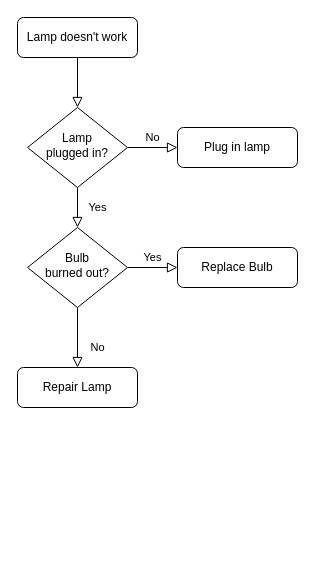
Before: middleware/Untitled Diagram.drawio in donchenz/stock_simulator, a draw.io diagram. Source tidied: cells renumbered, new cells numbered last; positions are measured from the earlier drawing's top-left corner, leaving out a move shared by most shapes. Both pictures are drawn from the tidied source at 100%, with x=0, y=0 at pixel (17, 17).
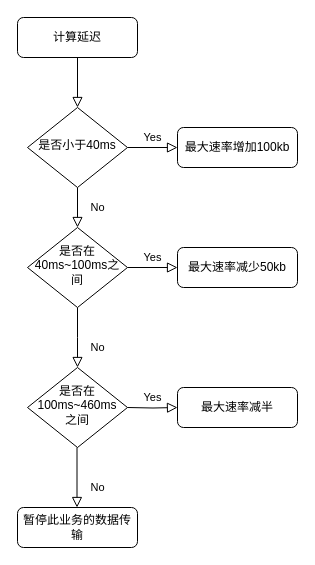
The same page after the edit.

The edit, as a diff of the source:
```diff
@@
 <mxGraphModel>
   <root>
     <mxCell id="0" />
     <mxCell id="1" parent="0" />
     <mxCell id="2" style="rounded=0;html=1;jettySize=auto;fontSize=11;endArrow=block;endFill=0;endSize=8;strokeWidth=1;shadow=0;labelBackgroundColor=none;edgeStyle=orthogonalEdgeStyle;" parent="1" edge="1" source="3" target="6">
       <mxGeometry relative="1" as="geometry" />
     </mxCell>
-    <mxCell id="3" value="Lamp doesn't work" style="rounded=1;whiteSpace=wrap;html=1;fontSize=12;glass=0;strokeWidth=1;shadow=0;" parent="1" vertex="1">
+    <mxCell id="3" value="计算延迟" style="rounded=1;whiteSpace=wrap;html=1;fontSize=12;glass=0;strokeWidth=1;shadow=0;" parent="1" vertex="1">
       <mxGeometry width="120" height="40" as="geometry" />
     </mxCell>
-    <mxCell id="4" value="Yes" style="rounded=0;html=1;jettySize=auto;fontSize=11;endArrow=block;endFill=0;endSize=8;strokeWidth=1;shadow=0;labelBackgroundColor=none;edgeStyle=orthogonalEdgeStyle;" parent="1" edge="1" source="6" target="10">
+    <mxCell id="4" value="No" style="rounded=0;html=1;jettySize=auto;fontSize=11;endArrow=block;endFill=0;endSize=8;strokeWidth=1;shadow=0;labelBackgroundColor=none;edgeStyle=orthogonalEdgeStyle;" parent="1" edge="1" source="6" target="10">
       <mxGeometry y="20" relative="1" as="geometry" />
     </mxCell>
-    <mxCell id="5" value="No" style="edgeStyle=orthogonalEdgeStyle;rounded=0;html=1;jettySize=auto;fontSize=11;endArrow=block;endFill=0;endSize=8;strokeWidth=1;shadow=0;labelBackgroundColor=none;" parent="1" edge="1" source="6" target="7">
+    <mxCell id="5" value="Yes" style="edgeStyle=orthogonalEdgeStyle;rounded=0;html=1;jettySize=auto;fontSize=11;endArrow=block;endFill=0;endSize=8;strokeWidth=1;shadow=0;labelBackgroundColor=none;" parent="1" edge="1" source="6" target="7">
       <mxGeometry y="10" relative="1" as="geometry" />
     </mxCell>
-    <mxCell id="6" value="Lamp&lt;br&gt;plugged in?" style="rhombus;whiteSpace=wrap;html=1;shadow=0;fontFamily=Helvetica;fontSize=12;align=center;strokeWidth=1;spacing=6;spacingTop=-4;" parent="1" vertex="1">
+    <mxCell id="6" value="是否小于40ms" style="rhombus;whiteSpace=wrap;html=1;shadow=0;fontFamily=Helvetica;fontSize=12;align=center;strokeWidth=1;spacing=6;spacingTop=-4;" parent="1" vertex="1">
       <mxGeometry x="10" y="90" width="100" height="80" as="geometry" />
     </mxCell>
-    <mxCell id="7" value="Plug in lamp" style="rounded=1;whiteSpace=wrap;html=1;fontSize=12;glass=0;strokeWidth=1;shadow=0;" parent="1" vertex="1">
+    <mxCell id="7" value="最大速率增加100kb" style="rounded=1;whiteSpace=wrap;html=1;fontSize=12;glass=0;strokeWidth=1;shadow=0;" parent="1" vertex="1">
       <mxGeometry x="160" y="110" width="120" height="40" as="geometry" />
     </mxCell>
-    <mxCell id="8" value="No" style="rounded=0;html=1;jettySize=auto;fontSize=11;endArrow=block;endFill=0;endSize=8;strokeWidth=1;shadow=0;labelBackgroundColor=none;edgeStyle=orthogonalEdgeStyle;" parent="1" edge="1" source="10" target="11">
-      <mxGeometry x="0.33" y="20" relative="1" as="geometry" />
+    <mxCell id="8" value="No" style="rounded=0;html=1;jettySize=auto;fontSize=11;endArrow=block;endFill=0;endSize=8;strokeWidth=1;shadow=0;labelBackgroundColor=none;edgeStyle=orthogonalEdgeStyle;" parent="1" edge="1" source="10">
+      <mxGeometry x="0.33" y="20" relative="1" as="geometry">
+        <mxPoint x="60" y="350" as="targetPoint" />
+      </mxGeometry>
     </mxCell>
     <mxCell id="9" value="Yes" style="edgeStyle=orthogonalEdgeStyle;rounded=0;html=1;jettySize=auto;fontSize=11;endArrow=block;endFill=0;endSize=8;strokeWidth=1;shadow=0;labelBackgroundColor=none;" parent="1" edge="1" source="10" target="12">
       <mxGeometry y="10" relative="1" as="geometry" />
     </mxCell>
-    <mxCell id="10" value="Bulb&lt;br&gt;burned out?" style="rhombus;whiteSpace=wrap;html=1;shadow=0;fontFamily=Helvetica;fontSize=12;align=center;strokeWidth=1;spacing=6;spacingTop=-4;" parent="1" vertex="1">
+    <mxCell id="10" value="是否在40ms~100ms之间" style="rhombus;whiteSpace=wrap;html=1;shadow=0;fontFamily=Helvetica;fontSize=12;align=center;strokeWidth=1;spacing=6;spacingTop=-4;" parent="1" vertex="1">
       <mxGeometry x="10" y="210" width="100" height="80" as="geometry" />
     </mxCell>
-    <mxCell id="11" value="Repair Lamp" style="rounded=1;whiteSpace=wrap;html=1;fontSize=12;glass=0;strokeWidth=1;shadow=0;" parent="1" vertex="1">
-      <mxGeometry y="350" width="120" height="40" as="geometry" />
-    </mxCell>
-    <mxCell id="12" value="Replace Bulb" style="rounded=1;whiteSpace=wrap;html=1;fontSize=12;glass=0;strokeWidth=1;shadow=0;" parent="1" vertex="1">
+    <mxCell id="12" value="最大速率减少50kb" style="rounded=1;whiteSpace=wrap;html=1;fontSize=12;glass=0;strokeWidth=1;shadow=0;" parent="1" vertex="1">
       <mxGeometry x="160" y="230" width="120" height="40" as="geometry" />
     </mxCell>
+    <mxCell id="13" value="是否在100ms~460ms之间" style="rhombus;whiteSpace=wrap;html=1;shadow=0;fontFamily=Helvetica;fontSize=12;align=center;strokeWidth=1;spacing=6;spacingTop=-4;" parent="1" vertex="1">
+      <mxGeometry x="10" y="350" width="100" height="80" as="geometry" />
+    </mxCell>
+    <mxCell id="14" value="Yes" style="edgeStyle=orthogonalEdgeStyle;rounded=0;html=1;jettySize=auto;fontSize=11;endArrow=block;endFill=0;endSize=8;strokeWidth=1;shadow=0;labelBackgroundColor=none;" parent="1" edge="1" target="15">
+      <mxGeometry y="10" relative="1" as="geometry">
+        <mxPoint x="110" y="390" as="sourcePoint" />
+      </mxGeometry>
+    </mxCell>
+    <mxCell id="15" value="最大速率减半" style="rounded=1;whiteSpace=wrap;html=1;fontSize=12;glass=0;strokeWidth=1;shadow=0;" parent="1" vertex="1">
+      <mxGeometry x="160" y="370" width="120" height="40" as="geometry" />
+    </mxCell>
+    <mxCell id="16" value="No" style="rounded=0;html=1;jettySize=auto;orthogonalLoop=1;fontSize=11;endArrow=block;endFill=0;endSize=8;strokeWidth=1;shadow=0;labelBackgroundColor=none;edgeStyle=orthogonalEdgeStyle;" parent="1" edge="1">
+      <mxGeometry x="0.33" y="20" relative="1" as="geometry">
+        <mxPoint x="59.5" y="430" as="sourcePoint" />
+        <mxPoint x="59.5" y="490" as="targetPoint" />
+      </mxGeometry>
+    </mxCell>
+    <mxCell id="17" value="暂停此业务的数据传输" style="rounded=1;whiteSpace=wrap;html=1;fontSize=12;glass=0;strokeWidth=1;shadow=0;" parent="1" vertex="1">
+      <mxGeometry y="490" width="120" height="40" as="geometry" />
+    </mxCell>
   </root>
 </mxGraphModel>
```
